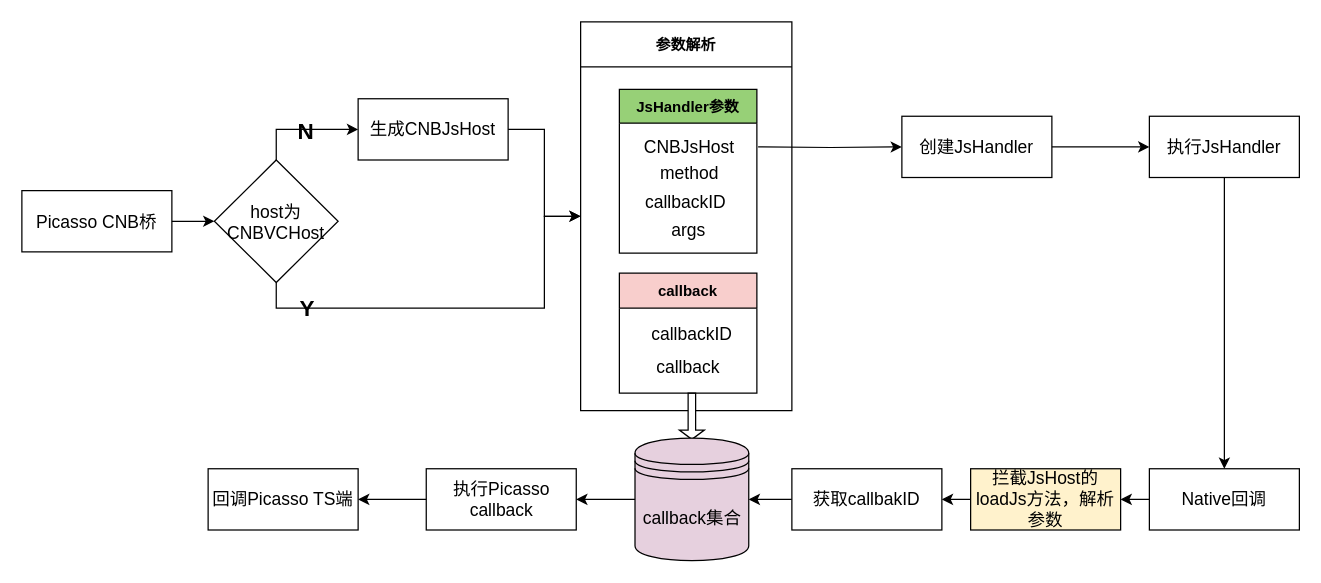
hpk1994/chart keeps this draw.io diagram as page "Page-1" (1 of 2) of cnb框架图.drawio. Above is the earlier version. Source tidied: cells renumbered, new cells numbered last; positions are measured from the earlier drawing's top-left corner, leaving out a move shared by most shapes. Both pictures are drawn from the tidied source at 125%, with x=0, y=0 at pixel (21, 21).
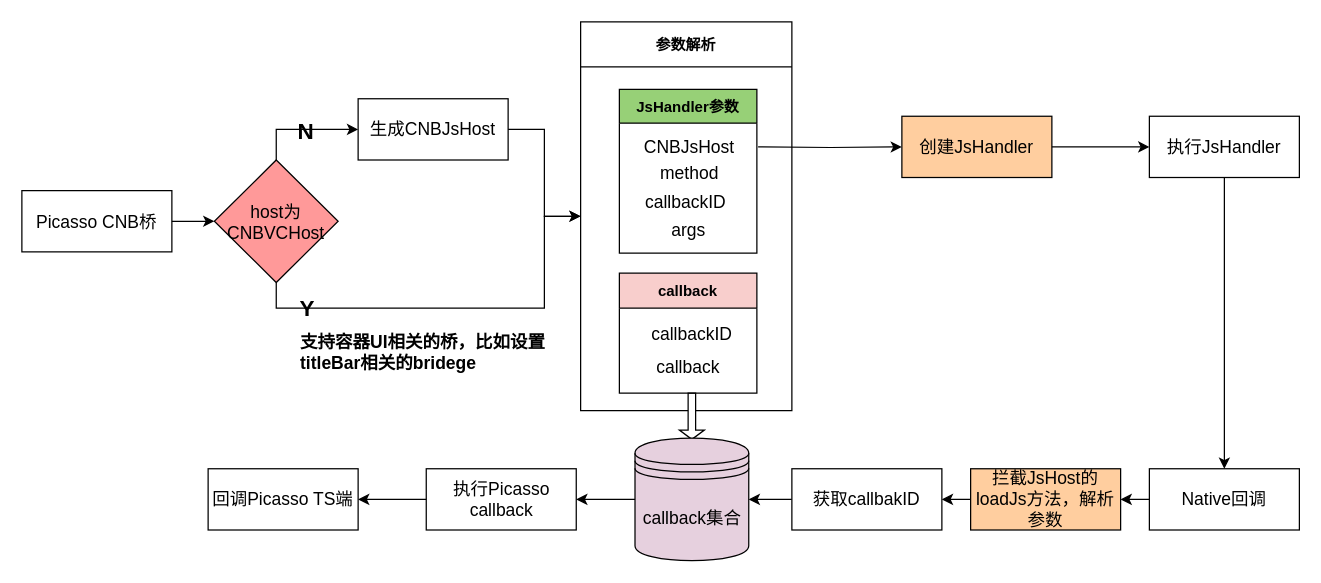
The same diagram, later.

Unchanged cells that the change refers to:
```xml
<mxCell id="2" style="group;" parent="1" vertex="1">
  <mxGeometry width="1022" height="431" as="geometry" />
</mxCell>
```

Change to the diagram source:
```diff
@@
-    <mxCell id="4" value="&lt;font style=&quot;font-size: 14px&quot;&gt;host为&lt;br&gt;CNBVCHost&lt;/font&gt;&lt;br&gt;" style="rhombus;whiteSpace=wrap;html=1;" parent="2" vertex="1">
+    <mxCell id="4" value="&lt;font style=&quot;font-size: 14px&quot;&gt;host为&lt;br&gt;CNBVCHost&lt;/font&gt;&lt;br&gt;" style="rhombus;whiteSpace=wrap;html=1;fillColor=#FF9999;" parent="2" vertex="1">
       <mxGeometry x="154" y="110.5" width="99" height="98" as="geometry" />
     </mxCell>
@@
-    <mxCell id="23" value="&lt;span style=&quot;font-size: 14px&quot;&gt;创建JsHandler&lt;/span&gt;" style="rounded=0;whiteSpace=wrap;html=1;" parent="2" vertex="1">
+    <mxCell id="23" value="&lt;span style=&quot;font-size: 14px&quot;&gt;创建JsHandler&lt;/span&gt;" style="rounded=0;whiteSpace=wrap;html=1;fillColor=#FFCE9F;" parent="2" vertex="1">
       <mxGeometry x="704" y="75.5" width="120" height="49" as="geometry" />
     </mxCell>
@@
-    <mxCell id="33" value="&lt;span style=&quot;font-size: 14px&quot;&gt;拦截JsHost的&lt;br&gt;loadJs方法，解析参数&lt;br&gt;&lt;/span&gt;" style="rounded=0;whiteSpace=wrap;html=1;fillColor=#FFF2CC;" parent="2" vertex="1">
+    <mxCell id="33" value="&lt;span style=&quot;font-size: 14px&quot;&gt;拦截JsHost的&lt;br&gt;loadJs方法，解析参数&lt;br&gt;&lt;/span&gt;" style="rounded=0;whiteSpace=wrap;html=1;fillColor=#FFCE9F;" parent="2" vertex="1">
       <mxGeometry x="759" y="357.5" width="120" height="49" as="geometry" />
     </mxCell>
@@
+    <mxCell id="38" value="&lt;font style=&quot;font-size: 14px&quot;&gt;&lt;b&gt;支持容器UI相关的桥，比如设置&lt;br&gt;titleBar相关的bridege&lt;br&gt;&lt;/b&gt;&lt;/font&gt;" style="text;html=1;align=left;verticalAlign=top;spacingTop=-4;" parent="1" vertex="1">
+      <mxGeometry x="221" y="245" width="210" height="30" as="geometry" />
+    </mxCell>
```
